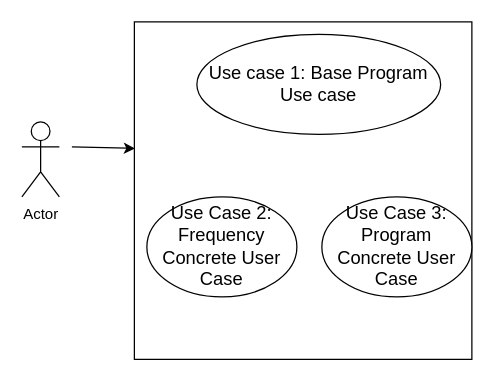
moxxxx/MCT-simulator keeps this draw.io diagram as uml/UseCaseDiagram.drawio. Above is the earlier version. Source tidied: cells renumbered, new cells numbered last; positions are measured from the earlier drawing's top-left corner, leaving out a move shared by most shapes. Both pictures are drawn from the tidied source at 125%, with x=0, y=0 at pixel (21, 21).
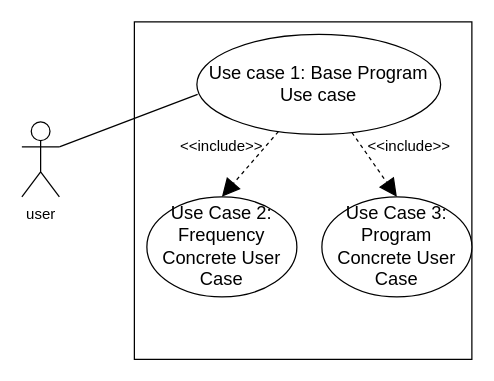
The same page after the edit.

The edit, as a diff of the source:
```diff
@@
 <mxGraphModel>
   <root>
     <mxCell id="0" />
     <mxCell id="1" parent="0" />
     <mxCell id="2" style="whiteSpace=wrap;html=1;" parent="1" vertex="1">
       <mxGeometry x="90" width="270" height="270" as="geometry" />
     </mxCell>
     <mxCell id="3" value="&lt;span id=&quot;docs-internal-guid-17a5525f-7fff-796a-a62c-90382e2efcbe&quot;&gt;&lt;span style=&quot;font-size: 11pt ; font-family: &amp;#34;arial&amp;#34; ; background-color: transparent ; vertical-align: baseline&quot;&gt;Use Case 3: Program Concrete User Case&lt;/span&gt;&lt;/span&gt;" style="ellipse;whiteSpace=wrap;html=1;" parent="1" vertex="1">
       <mxGeometry x="240" y="140" width="120" height="80" as="geometry" />
     </mxCell>
     <mxCell id="4" value="&lt;span id=&quot;docs-internal-guid-13b553e7-7fff-112c-91fc-fa9577263965&quot;&gt;&lt;span style=&quot;font-size: 11pt ; font-family: &amp;#34;arial&amp;#34; ; background-color: transparent ; vertical-align: baseline&quot;&gt;Use Case 2: Frequency Concrete User Case&lt;/span&gt;&lt;/span&gt;" style="ellipse;whiteSpace=wrap;html=1;" parent="1" vertex="1">
       <mxGeometry x="100" y="140" width="120" height="80" as="geometry" />
     </mxCell>
-    <mxCell id="5" value="Actor" style="shape=umlActor;verticalLabelPosition=bottom;verticalAlign=top;html=1;outlineConnect=0;" parent="1" vertex="1">
+    <mxCell id="5" value="user" style="shape=umlActor;verticalLabelPosition=bottom;verticalAlign=top;html=1;outlineConnect=0;" parent="1" vertex="1">
       <mxGeometry y="80" width="30" height="60" as="geometry" />
     </mxCell>
-    <mxCell id="6" style="endArrow=classic;html=1;entryX=0.002;entryY=0.375;entryDx=0;entryDy=0;entryPerimeter=0;" parent="1" edge="1" target="2">
-      <mxGeometry relative="1" as="geometry">
-        <mxPoint x="40" y="100" as="sourcePoint" />
-      </mxGeometry>
-    </mxCell>
     <mxCell id="7" value="&lt;span id=&quot;docs-internal-guid-5c088867-7fff-5987-1df7-6b3fbcfb0827&quot;&gt;&lt;span style=&quot;font-size: 11pt ; font-family: &amp;#34;arial&amp;#34; ; background-color: transparent ; vertical-align: baseline&quot;&gt;Use case 1: Base Program Use case&lt;/span&gt;&lt;/span&gt;" style="ellipse;whiteSpace=wrap;html=1;" parent="1" vertex="1">
       <mxGeometry x="140" y="10" width="195" height="80" as="geometry" />
     </mxCell>
+    <mxCell id="8" style="endArrow=block;dashed=1;endFill=1;endSize=12;html=1;entryX=0.5;entryY=0;entryDx=0;entryDy=0;" parent="1" edge="1" source="7" target="4">
+      <mxGeometry relative="1" as="geometry" />
+    </mxCell>
+    <mxCell id="9" value="&amp;lt;&amp;lt;include&amp;gt;&amp;gt;" style="text;html=1;strokeColor=none;fillColor=none;align=center;verticalAlign=middle;whiteSpace=wrap;rounded=0;" parent="1" vertex="1">
+      <mxGeometry x="140" y="90" width="40" height="20" as="geometry" />
+    </mxCell>
+    <mxCell id="10" style="endArrow=block;dashed=1;endFill=1;endSize=12;html=1;entryX=0.5;entryY=0;entryDx=0;entryDy=0;" parent="1" edge="1" source="7" target="3">
+      <mxGeometry relative="1" as="geometry" />
+    </mxCell>
+    <mxCell id="11" value="&amp;lt;&amp;lt;include&amp;gt;&amp;gt;" style="text;html=1;strokeColor=none;fillColor=none;align=center;verticalAlign=middle;whiteSpace=wrap;rounded=0;" parent="1" vertex="1">
+      <mxGeometry x="290" y="90" width="40" height="20" as="geometry" />
+    </mxCell>
+    <mxCell id="12" style="endArrow=none;html=1;entryX=0.003;entryY=0.6;entryDx=0;entryDy=0;entryPerimeter=0;exitX=1;exitY=0.3333333333333333;exitDx=0;exitDy=0;exitPerimeter=0;" parent="1" edge="1" source="5" target="7">
+      <mxGeometry relative="1" as="geometry" />
+    </mxCell>
   </root>
 </mxGraphModel>
```
